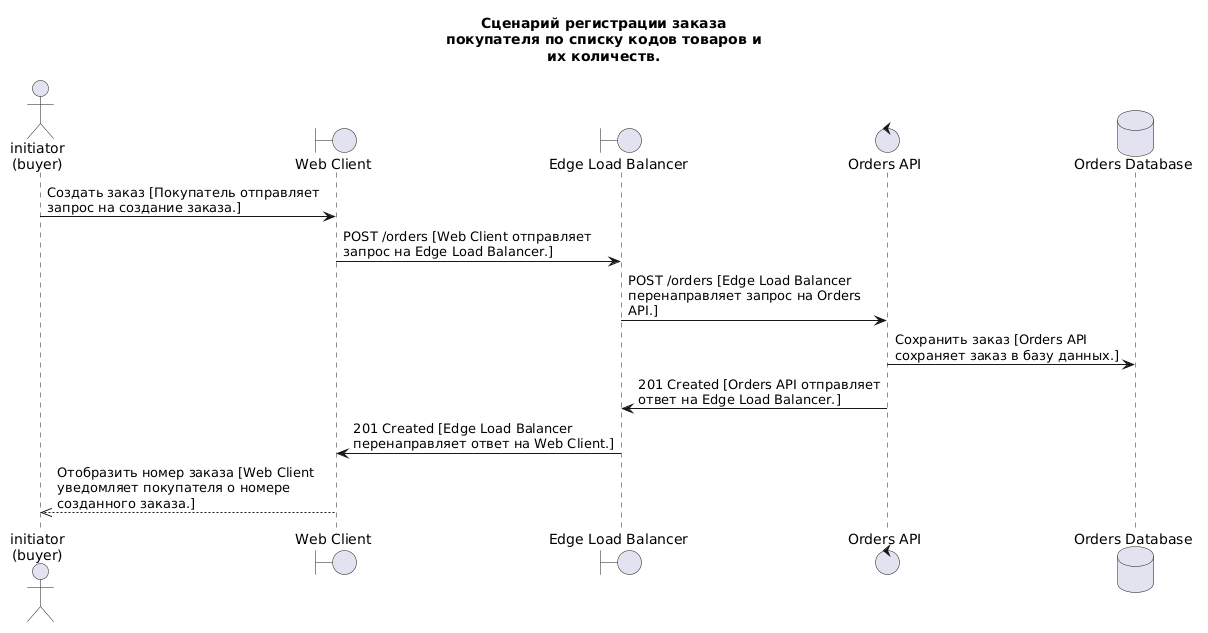
The PlantUML diagram images/online_store_brd_seq_fr_001.png in Volodya1000/AutoSystemDesignPresentation, before a commit. Source of this version:
```plantuml
@startuml
title Сценарий регистрации заказа\nпокупателя по списку кодов товаров и\nих количеств.
actor "initiator\n(buyer)" as buyer_1
boundary "Web Client" as web_client
boundary "Edge Load Balancer" as edge_lb
control "Orders API" as orders_api
database "Orders Database" as orders_db

buyer_1 -> web_client : Создать заказ [Покупатель отправляет\nзапрос на создание заказа.]
web_client -> edge_lb : POST /orders [Web Client отправляет\nзапрос на Edge Load Balancer.]
edge_lb -> orders_api : POST /orders [Edge Load Balancer\nперенаправляет запрос на Orders\nAPI.]
orders_api -> orders_db : Сохранить заказ [Orders API\nсохраняет заказ в базу данных.]
orders_api -> edge_lb : 201 Created [Orders API отправляет\nответ на Edge Load Balancer.]
edge_lb -> web_client : 201 Created [Edge Load Balancer\nперенаправляет ответ на Web Client.]
web_client -->> buyer_1 : Отобразить номер заказа [Web Client\nуведомляет покупателя о номере\nсозданного заказа.]
@enduml
```
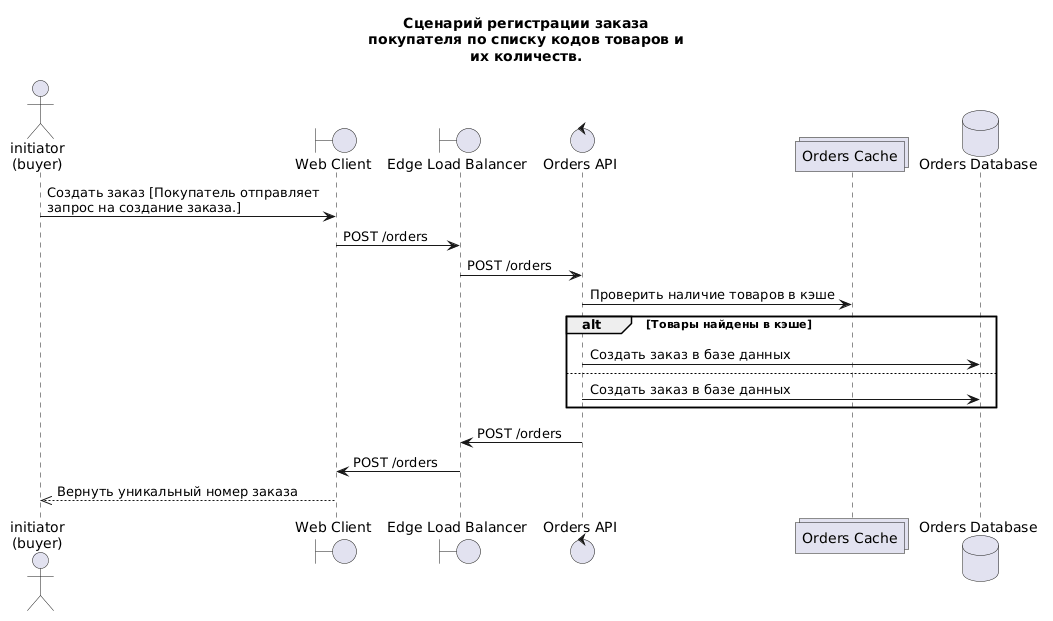
After the change.

Change to the diagram source:
```diff
@@ -4,13 +4,19 @@
 boundary "Web Client" as web_client
 boundary "Edge Load Balancer" as edge_lb
 control "Orders API" as orders_api
+collections "Orders Cache" as orders_cache
 database "Orders Database" as orders_db
 
 buyer_1 -> web_client : Создать заказ [Покупатель отправляет\nзапрос на создание заказа.]
-web_client -> edge_lb : POST /orders [Web Client отправляет\nзапрос на Edge Load Balancer.]
-edge_lb -> orders_api : POST /orders [Edge Load Balancer\nперенаправляет запрос на Orders\nAPI.]
-orders_api -> orders_db : Сохранить заказ [Orders API\nсохраняет заказ в базу данных.]
-orders_api -> edge_lb : 201 Created [Orders API отправляет\nответ на Edge Load Balancer.]
-edge_lb -> web_client : 201 Created [Edge Load Balancer\nперенаправляет ответ на Web Client.]
-web_client -->> buyer_1 : Отобразить номер заказа [Web Client\nуведомляет покупателя о номере\nсозданного заказа.]
+web_client -> edge_lb : POST /orders
+edge_lb -> orders_api : POST /orders
+orders_api -> orders_cache : Проверить наличие товаров в кэше
+alt Товары найдены в кэше
+  orders_api -> orders_db : Создать заказ в базе данных
+else
+  orders_api -> orders_db : Создать заказ в базе данных
+end
+orders_api -> edge_lb : POST /orders
+edge_lb -> web_client : POST /orders
+web_client -->> buyer_1 : Вернуть уникальный номер заказа
 @enduml
```
